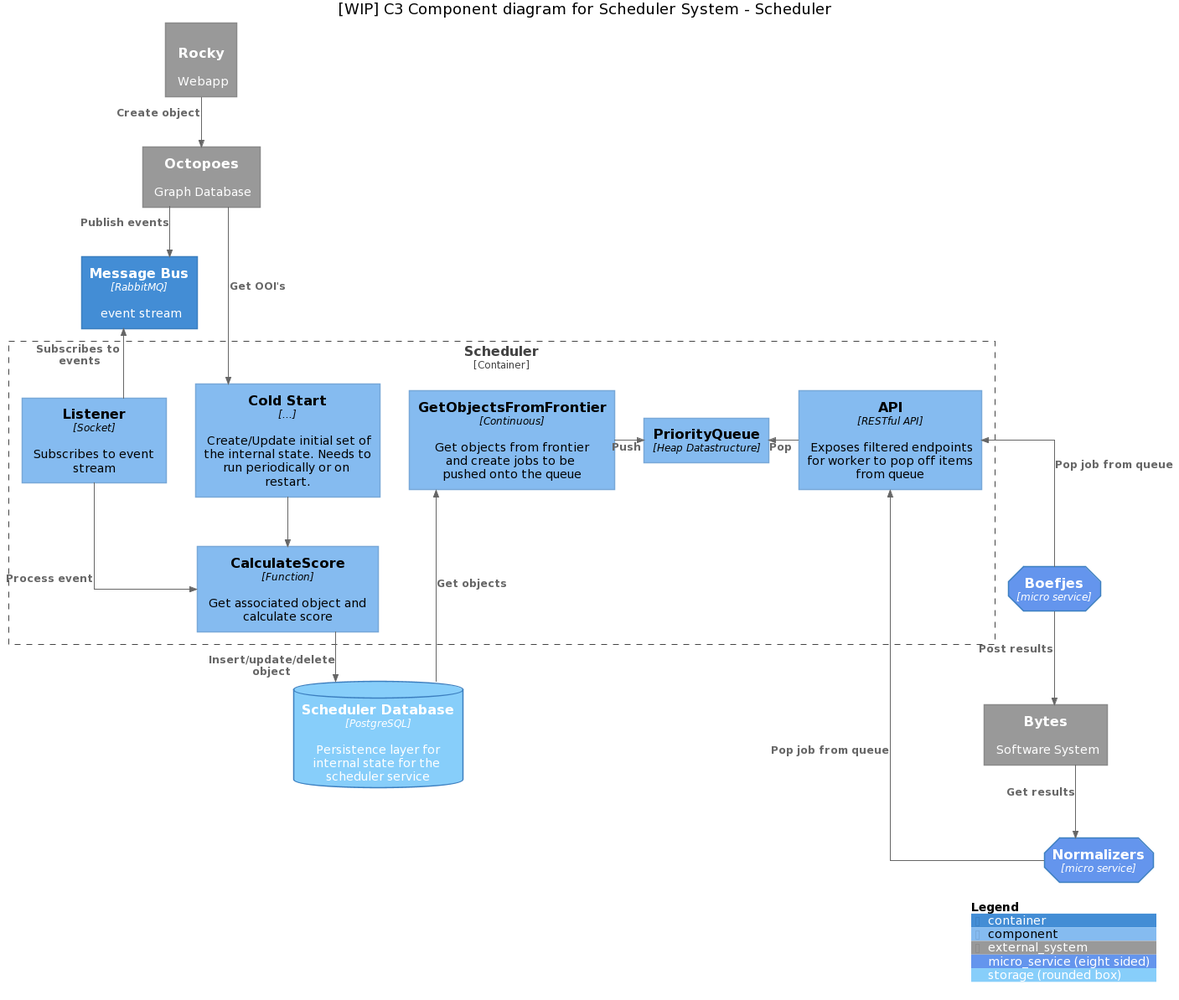
Above: docs/c3_component_diagram.png in minvws/nl-kat-mula (PlantUML), before the change.
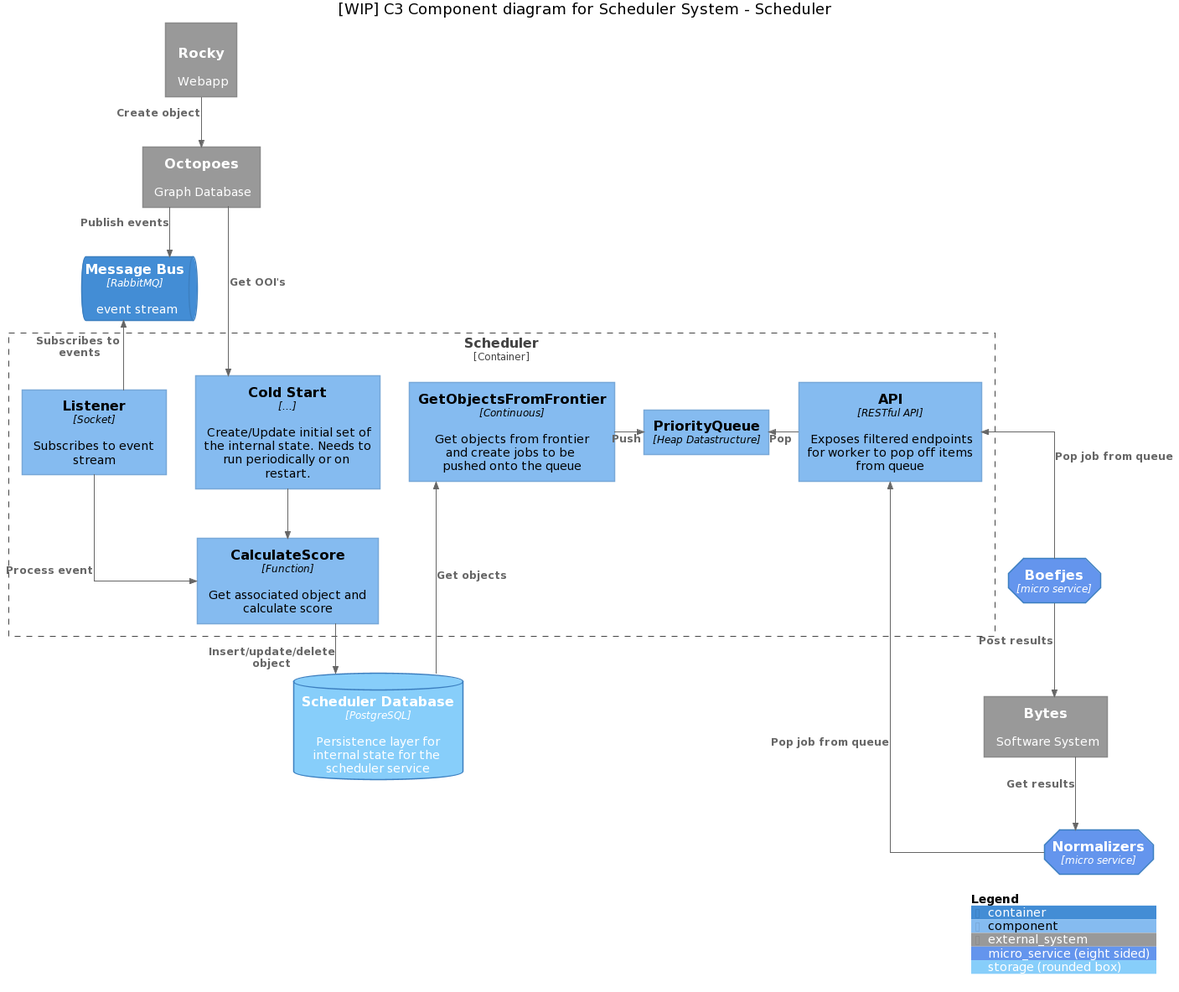
After the change.

The edit, as a diff of the source:
```diff
@@ -8,7 +8,7 @@
 
 Title [WIP] C3 Component diagram for Scheduler System - Scheduler
 
-Container(message_bus, "Message Bus", "RabbitMQ", "event stream")
+ContainerQueue(message_bus, "Message Bus", "RabbitMQ", "event stream")
 
 Container_Boundary(scheduler, "Scheduler") {
   Component(listener, "Listener", "Socket", "Subscribes to event stream")
@@ -30,7 +30,6 @@
 System_Ext(octopoes, "Octopoes", "Graph Database")
 System_Ext(rocky, "Rocky", "Webapp", "Webapp")
 
-
 Rel_Down(rocky, octopoes, "Create object")
 Rel_Down(octopoes, message_bus, "Publish events")
 Rel_Down(octopoes, cold_start, "Get OOI's")
@@ -50,6 +49,5 @@
 Rel(bytes, normalizers, "Get results")
 
 
-
 SHOW_LEGEND()
 @enduml
```
